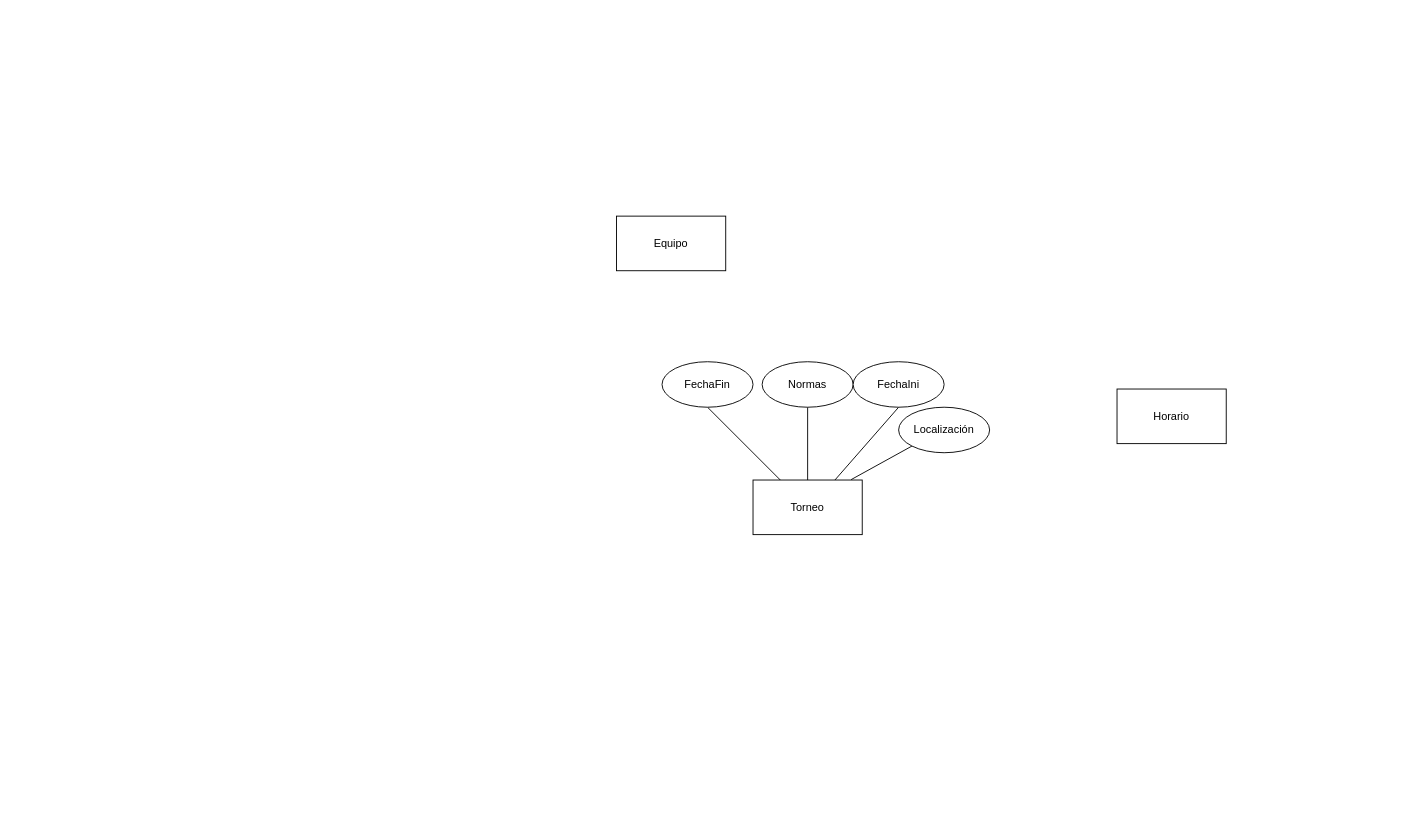
LuisUnendo/Proyecto keeps this draw.io diagram as Diagrama E_R proyecto.drawio. Above is the earlier version. Source tidied: cells renumbered, new cells numbered last; positions are measured from the earlier drawing's top-left corner, leaving out a move shared by most shapes. Both pictures are drawn from the tidied source at 91%, with x=0, y=0 at pixel (616, 216).
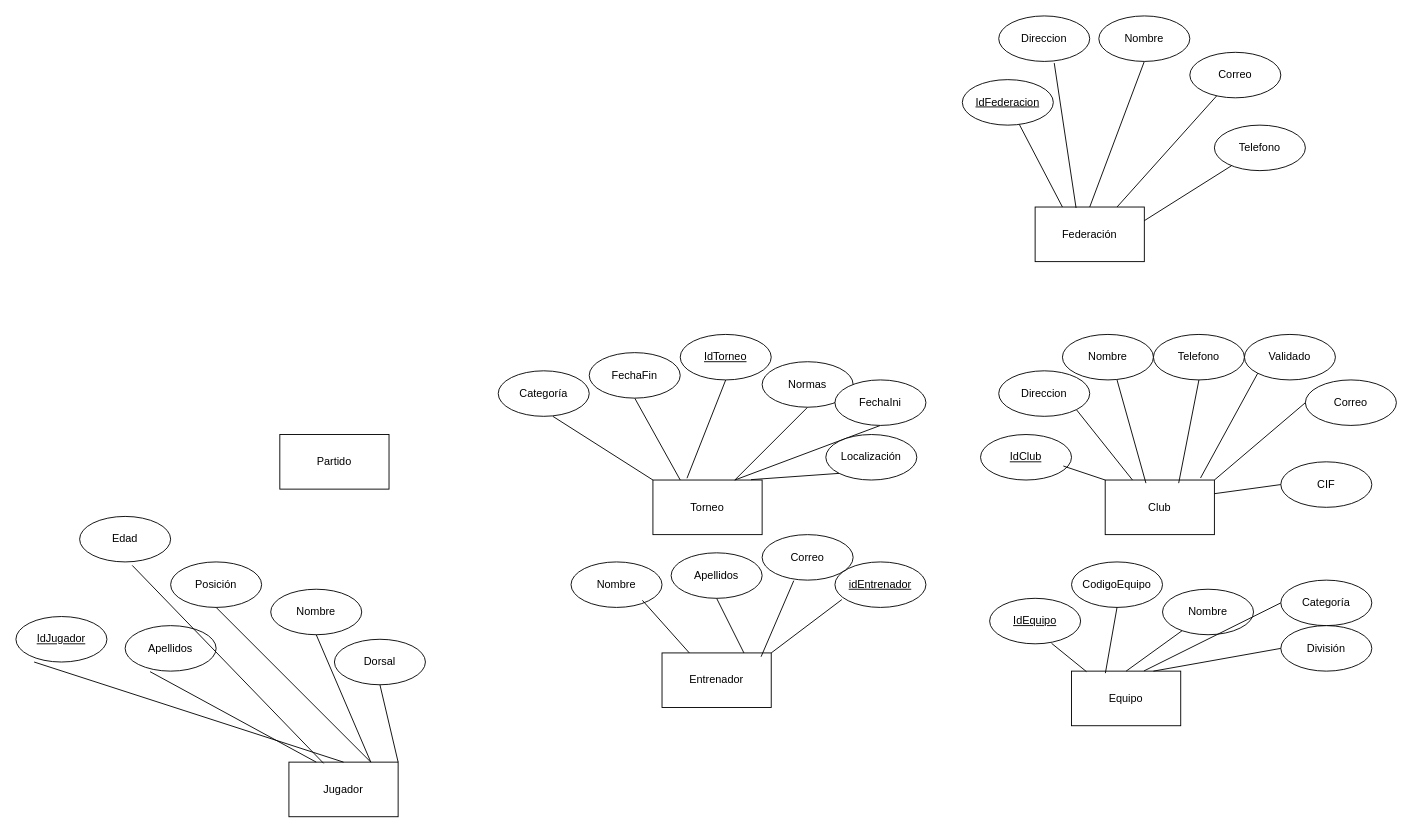
Above is the later version.

Commit message:
Avanzado del diagrama

What changed in the source:
```diff
@@
-    <mxCell id="2" value="Equipo" style="rounded=0;whiteSpace=wrap;html=1;" parent="1" vertex="1">
-      <mxGeometry width="120" height="60" as="geometry" />
+    <mxCell id="2" value="Club" style="rounded=0;whiteSpace=wrap;html=1;" parent="1" vertex="1">
+      <mxGeometry x="537" y="290" width="120" height="60" as="geometry" />
     </mxCell>
     <mxCell id="3" value="Torneo" style="rounded=0;whiteSpace=wrap;html=1;" parent="1" vertex="1">
-      <mxGeometry x="150" y="290" width="120" height="60" as="geometry" />
+      <mxGeometry x="40" y="290" width="120" height="60" as="geometry" />
     </mxCell>
-    <mxCell id="4" value="Horario" style="rounded=0;whiteSpace=wrap;html=1;" parent="1" vertex="1">
-      <mxGeometry x="550" y="190" width="120" height="60" as="geometry" />
+    <mxCell id="4" value="Federación" style="rounded=0;whiteSpace=wrap;html=1;" parent="1" vertex="1">
+      <mxGeometry x="460" y="-10" width="120" height="60" as="geometry" />
     </mxCell>
@@
     <mxCell id="8" value="FechaIni" style="ellipse;whiteSpace=wrap;html=1;" parent="1" vertex="1">
-      <mxGeometry x="260" y="160" width="100" height="50" as="geometry" />
+      <mxGeometry x="240" y="180" width="100" height="50" as="geometry" />
     </mxCell>
@@
     <mxCell id="10" value="FechaFin" style="ellipse;whiteSpace=wrap;html=1;" parent="1" vertex="1">
-      <mxGeometry x="50" y="160" width="100" height="50" as="geometry" />
+      <mxGeometry x="-30" y="150" width="100" height="50" as="geometry" />
     </mxCell>
@@
     <mxCell id="12" value="Localización" style="ellipse;whiteSpace=wrap;html=1;" parent="1" vertex="1">
-      <mxGeometry x="310" y="210" width="100" height="50" as="geometry" />
+      <mxGeometry x="230" y="240" width="100" height="50" as="geometry" />
     </mxCell>
+    <mxCell id="13" style="endArrow=none;html=1;rounded=0;exitX=0.312;exitY=-0.033;exitDx=0;exitDy=0;exitPerimeter=0;entryX=0.5;entryY=1;entryDx=0;entryDy=0;" parent="1" edge="1" source="3" target="14">
+      <mxGeometry relative="1" as="geometry" />
+    </mxCell>
+    <mxCell id="14" value="&lt;u&gt;IdTorneo&lt;/u&gt;" style="ellipse;whiteSpace=wrap;html=1;" parent="1" vertex="1">
+      <mxGeometry x="70" y="130" width="100" height="50" as="geometry" />
+    </mxCell>
+    <mxCell id="15" value="&lt;u&gt;IdFederacion&lt;/u&gt;" style="ellipse;whiteSpace=wrap;html=1;" parent="1" vertex="1">
+      <mxGeometry x="380" y="-150" width="100" height="50" as="geometry" />
+    </mxCell>
+    <mxCell id="16" style="endArrow=none;html=1;rounded=0;entryX=0.25;entryY=0;entryDx=0;entryDy=0;" parent="1" edge="1" source="15" target="4">
+      <mxGeometry relative="1" as="geometry" />
+    </mxCell>
+    <mxCell id="17" style="endArrow=none;html=1;rounded=0;exitX=0.5;exitY=0;exitDx=0;exitDy=0;entryX=0.5;entryY=1;entryDx=0;entryDy=0;" parent="1" edge="1" source="4" target="18">
+      <mxGeometry relative="1" as="geometry" />
+    </mxCell>
+    <mxCell id="18" value="Nombre" style="ellipse;whiteSpace=wrap;html=1;" parent="1" vertex="1">
+      <mxGeometry x="530" y="-220" width="100" height="50" as="geometry" />
+    </mxCell>
+    <mxCell id="19" value="Correo" style="ellipse;whiteSpace=wrap;html=1;" parent="1" vertex="1">
+      <mxGeometry x="630" y="-180" width="100" height="50" as="geometry" />
+    </mxCell>
+    <mxCell id="20" value="Telefono" style="ellipse;whiteSpace=wrap;html=1;" parent="1" vertex="1">
+      <mxGeometry x="657" y="-100" width="100" height="50" as="geometry" />
+    </mxCell>
+    <mxCell id="21" value="Direccion" style="ellipse;whiteSpace=wrap;html=1;" parent="1" vertex="1">
+      <mxGeometry x="420" y="-220" width="100" height="50" as="geometry" />
+    </mxCell>
+    <mxCell id="22" style="endArrow=none;html=1;rounded=0;exitX=0.75;exitY=0;exitDx=0;exitDy=0;" parent="1" edge="1" source="4" target="19">
+      <mxGeometry relative="1" as="geometry" />
+    </mxCell>
+    <mxCell id="23" style="endArrow=none;html=1;rounded=0;exitX=0.375;exitY=0.017;exitDx=0;exitDy=0;entryX=0.61;entryY=1.036;entryDx=0;entryDy=0;exitPerimeter=0;entryPerimeter=0;" parent="1" edge="1" source="4" target="21">
+      <mxGeometry relative="1" as="geometry" />
+    </mxCell>
+    <mxCell id="24" style="endArrow=none;html=1;rounded=0;exitX=1;exitY=0.25;exitDx=0;exitDy=0;" parent="1" edge="1" source="4" target="20">
+      <mxGeometry relative="1" as="geometry" />
+    </mxCell>
+    <mxCell id="25" value="&lt;u&gt;IdClub&lt;/u&gt;" style="ellipse;whiteSpace=wrap;html=1;" parent="1" vertex="1">
+      <mxGeometry x="400" y="240" width="100" height="50" as="geometry" />
+    </mxCell>
+    <mxCell id="26" value="Nombre" style="ellipse;whiteSpace=wrap;html=1;" parent="1" vertex="1">
+      <mxGeometry x="490" y="130" width="100" height="50" as="geometry" />
+    </mxCell>
+    <mxCell id="27" value="CIF" style="ellipse;whiteSpace=wrap;html=1;" parent="1" vertex="1">
+      <mxGeometry x="730" y="270" width="100" height="50" as="geometry" />
+    </mxCell>
+    <mxCell id="28" value="Direccion" style="ellipse;whiteSpace=wrap;html=1;" parent="1" vertex="1">
+      <mxGeometry x="420" y="170" width="100" height="50" as="geometry" />
+    </mxCell>
+    <mxCell id="29" value="Correo" style="ellipse;whiteSpace=wrap;html=1;" parent="1" vertex="1">
+      <mxGeometry x="757" y="180" width="100" height="50" as="geometry" />
+    </mxCell>
+    <mxCell id="30" value="Telefono" style="ellipse;whiteSpace=wrap;html=1;" parent="1" vertex="1">
+      <mxGeometry x="590" y="130" width="100" height="50" as="geometry" />
+    </mxCell>
+    <mxCell id="31" value="Validado" style="ellipse;whiteSpace=wrap;html=1;" parent="1" vertex="1">
+      <mxGeometry x="690" y="130" width="100" height="50" as="geometry" />
+    </mxCell>
+    <mxCell id="32" style="endArrow=none;html=1;rounded=0;exitX=0.91;exitY=0.692;exitDx=0;exitDy=0;exitPerimeter=0;entryX=0;entryY=0;entryDx=0;entryDy=0;" parent="1" edge="1" source="25" target="2">
+      <mxGeometry relative="1" as="geometry" />
+    </mxCell>
+    <mxCell id="33" style="endArrow=none;html=1;rounded=0;exitX=1;exitY=1;exitDx=0;exitDy=0;entryX=0.25;entryY=0;entryDx=0;entryDy=0;" parent="1" edge="1" source="28" target="2">
+      <mxGeometry relative="1" as="geometry" />
+    </mxCell>
+    <mxCell id="34" style="endArrow=none;html=1;rounded=0;exitX=0.373;exitY=0.057;exitDx=0;exitDy=0;exitPerimeter=0;entryX=0.6;entryY=1;entryDx=0;entryDy=0;entryPerimeter=0;" parent="1" edge="1" source="2" target="26">
+      <mxGeometry relative="1" as="geometry" />
+    </mxCell>
+    <mxCell id="35" style="endArrow=none;html=1;rounded=0;exitX=0.673;exitY=0.057;exitDx=0;exitDy=0;exitPerimeter=0;entryX=0.5;entryY=1;entryDx=0;entryDy=0;" parent="1" edge="1" source="2" target="30">
+      <mxGeometry relative="1" as="geometry" />
+    </mxCell>
+    <mxCell id="36" style="endArrow=none;html=1;rounded=0;exitX=0.873;exitY=-0.037;exitDx=0;exitDy=0;exitPerimeter=0;entryX=0;entryY=1;entryDx=0;entryDy=0;" parent="1" edge="1" source="2" target="31">
+      <mxGeometry relative="1" as="geometry" />
+    </mxCell>
+    <mxCell id="37" style="endArrow=none;html=1;rounded=0;exitX=1;exitY=0;exitDx=0;exitDy=0;entryX=0;entryY=0.5;entryDx=0;entryDy=0;" parent="1" edge="1" source="2" target="29">
+      <mxGeometry relative="1" as="geometry" />
+    </mxCell>
+    <mxCell id="38" style="endArrow=none;html=1;rounded=0;exitX=1;exitY=0.25;exitDx=0;exitDy=0;entryX=0;entryY=0.5;entryDx=0;entryDy=0;" parent="1" edge="1" source="2" target="27">
+      <mxGeometry relative="1" as="geometry" />
+    </mxCell>
+    <mxCell id="39" value="Entrenador" style="rounded=0;whiteSpace=wrap;html=1;" parent="1" vertex="1">
+      <mxGeometry x="50" y="480" width="120" height="60" as="geometry" />
+    </mxCell>
+    <mxCell id="40" value="&lt;u&gt;idEntrenador&lt;/u&gt;" style="ellipse;whiteSpace=wrap;html=1;" parent="1" vertex="1">
+      <mxGeometry x="240" y="380" width="100" height="50" as="geometry" />
+    </mxCell>
+    <mxCell id="41" value="Nombre" style="ellipse;whiteSpace=wrap;html=1;" parent="1" vertex="1">
+      <mxGeometry x="-50" y="380" width="100" height="50" as="geometry" />
+    </mxCell>
+    <mxCell id="42" value="Apellidos" style="ellipse;whiteSpace=wrap;html=1;" parent="1" vertex="1">
+      <mxGeometry x="60" y="370" width="100" height="50" as="geometry" />
+    </mxCell>
+    <mxCell id="43" value="Correo" style="ellipse;whiteSpace=wrap;html=1;" parent="1" vertex="1">
+      <mxGeometry x="160" y="350" width="100" height="50" as="geometry" />
+    </mxCell>
+    <mxCell id="44" style="endArrow=none;html=1;rounded=0;exitX=1;exitY=0;exitDx=0;exitDy=0;entryX=0.076;entryY=0.828;entryDx=0;entryDy=0;entryPerimeter=0;" parent="1" edge="1" source="39" target="40">
+      <mxGeometry relative="1" as="geometry" />
+    </mxCell>
+    <mxCell id="45" style="endArrow=none;html=1;rounded=0;exitX=0.75;exitY=0;exitDx=0;exitDy=0;entryX=0.5;entryY=1;entryDx=0;entryDy=0;" parent="1" edge="1" source="39" target="42">
+      <mxGeometry relative="1" as="geometry" />
+    </mxCell>
+    <mxCell id="46" style="endArrow=none;html=1;rounded=0;exitX=0.907;exitY=0.07;exitDx=0;exitDy=0;exitPerimeter=0;entryX=0.348;entryY=1.012;entryDx=0;entryDy=0;entryPerimeter=0;" parent="1" edge="1" source="39" target="43">
+      <mxGeometry relative="1" as="geometry" />
+    </mxCell>
+    <mxCell id="47" style="endArrow=none;html=1;rounded=0;exitX=0.784;exitY=0.844;exitDx=0;exitDy=0;exitPerimeter=0;entryX=0.25;entryY=0;entryDx=0;entryDy=0;" parent="1" edge="1" source="41" target="39">
+      <mxGeometry relative="1" as="geometry" />
+    </mxCell>
+    <mxCell id="48" value="Equipo" style="rounded=0;whiteSpace=wrap;html=1;" parent="1" vertex="1">
+      <mxGeometry x="500" y="500" width="120" height="60" as="geometry" />
+    </mxCell>
+    <mxCell id="49" value="&lt;u&gt;IdEquipo&lt;/u&gt;" style="ellipse;whiteSpace=wrap;html=1;" parent="1" vertex="1">
+      <mxGeometry x="410" y="420" width="100" height="50" as="geometry" />
+    </mxCell>
+    <mxCell id="50" value="Nombre" style="ellipse;whiteSpace=wrap;html=1;" parent="1" vertex="1">
+      <mxGeometry x="600" y="410" width="100" height="50" as="geometry" />
+    </mxCell>
+    <mxCell id="51" value="Categoría" style="ellipse;whiteSpace=wrap;html=1;" parent="1" vertex="1">
+      <mxGeometry x="730" y="400" width="100" height="50" as="geometry" />
+    </mxCell>
+    <mxCell id="52" value="División" style="ellipse;whiteSpace=wrap;html=1;" parent="1" vertex="1">
+      <mxGeometry x="730" y="450" width="100" height="50" as="geometry" />
+    </mxCell>
+    <mxCell id="53" value="CodigoEquipo" style="ellipse;whiteSpace=wrap;html=1;" parent="1" vertex="1">
+      <mxGeometry x="500" y="380" width="100" height="50" as="geometry" />
+    </mxCell>
+    <mxCell id="54" style="endArrow=none;html=1;rounded=0;exitX=0.68;exitY=0.988;exitDx=0;exitDy=0;entryX=0.137;entryY=0.01;entryDx=0;entryDy=0;entryPerimeter=0;exitPerimeter=0;" parent="1" edge="1" source="49" target="48">
+      <mxGeometry relative="1" as="geometry" />
+    </mxCell>
+    <mxCell id="55" style="endArrow=none;html=1;rounded=0;entryX=0.5;entryY=0;entryDx=0;entryDy=0;" parent="1" edge="1" source="50" target="48">
+      <mxGeometry relative="1" as="geometry" />
+    </mxCell>
+    <mxCell id="56" style="endArrow=none;html=1;rounded=0;exitX=0.31;exitY=0.037;exitDx=0;exitDy=0;entryX=0.5;entryY=1;entryDx=0;entryDy=0;exitPerimeter=0;" parent="1" edge="1" source="48" target="53">
+      <mxGeometry relative="1" as="geometry" />
+    </mxCell>
+    <mxCell id="57" style="endArrow=none;html=1;rounded=0;exitX=0.75;exitY=0;exitDx=0;exitDy=0;entryX=0;entryY=0.5;entryDx=0;entryDy=0;" parent="1" edge="1" source="48" target="52">
+      <mxGeometry relative="1" as="geometry" />
+    </mxCell>
+    <mxCell id="58" style="endArrow=none;html=1;rounded=0;exitX=0.663;exitY=-0.003;exitDx=0;exitDy=0;entryX=0;entryY=0.5;entryDx=0;entryDy=0;exitPerimeter=0;" parent="1" edge="1" source="48" target="51">
+      <mxGeometry relative="1" as="geometry" />
+    </mxCell>
+    <mxCell id="59" value="Categoría" style="ellipse;whiteSpace=wrap;html=1;" parent="1" vertex="1">
+      <mxGeometry x="-130" y="170" width="100" height="50" as="geometry" />
+    </mxCell>
+    <mxCell id="60" style="endArrow=none;html=1;rounded=0;exitX=0;exitY=0;exitDx=0;exitDy=0;entryX=0.6;entryY=1;entryDx=0;entryDy=0;entryPerimeter=0;" parent="1" edge="1" source="3" target="59">
+      <mxGeometry relative="1" as="geometry" />
+    </mxCell>
+    <mxCell id="61" value="Partido" style="rounded=0;whiteSpace=wrap;html=1;" parent="1" vertex="1">
+      <mxGeometry x="-370" y="240" width="120" height="60" as="geometry" />
+    </mxCell>
+    <mxCell id="62" value="Jugador" style="rounded=0;whiteSpace=wrap;html=1;" parent="1" vertex="1">
+      <mxGeometry x="-360" y="600" width="120" height="60" as="geometry" />
+    </mxCell>
+    <mxCell id="63" value="Nombre" style="ellipse;whiteSpace=wrap;html=1;" parent="1" vertex="1">
+      <mxGeometry x="-380" y="410" width="100" height="50" as="geometry" />
+    </mxCell>
+    <mxCell id="64" value="Apellidos" style="ellipse;whiteSpace=wrap;html=1;" parent="1" vertex="1">
+      <mxGeometry x="-540" y="450" width="100" height="50" as="geometry" />
+    </mxCell>
+    <mxCell id="65" value="Dorsal" style="ellipse;whiteSpace=wrap;html=1;" parent="1" vertex="1">
+      <mxGeometry x="-310" y="465" width="100" height="50" as="geometry" />
+    </mxCell>
+    <mxCell id="66" value="Posición" style="ellipse;whiteSpace=wrap;html=1;" parent="1" vertex="1">
+      <mxGeometry x="-490" y="380" width="100" height="50" as="geometry" />
+    </mxCell>
+    <mxCell id="67" value="&lt;u&gt;IdJugador&lt;/u&gt;" style="ellipse;whiteSpace=wrap;html=1;" parent="1" vertex="1">
+      <mxGeometry x="-660" y="440" width="100" height="50" as="geometry" />
+    </mxCell>
+    <mxCell id="68" value="Edad" style="ellipse;whiteSpace=wrap;html=1;" parent="1" vertex="1">
+      <mxGeometry x="-590" y="330" width="100" height="50" as="geometry" />
+    </mxCell>
+    <mxCell id="69" style="endArrow=none;html=1;rounded=0;exitX=0.5;exitY=1;exitDx=0;exitDy=0;entryX=1;entryY=0;entryDx=0;entryDy=0;" parent="1" edge="1" source="65" target="62">
+      <mxGeometry relative="1" as="geometry" />
+    </mxCell>
+    <mxCell id="70" style="endArrow=none;html=1;rounded=0;exitX=0.5;exitY=1;exitDx=0;exitDy=0;entryX=0.75;entryY=0;entryDx=0;entryDy=0;" parent="1" edge="1" source="66" target="62">
+      <mxGeometry relative="1" as="geometry" />
+    </mxCell>
+    <mxCell id="71" style="endArrow=none;html=1;rounded=0;exitX=0.5;exitY=1;exitDx=0;exitDy=0;entryX=0.75;entryY=0;entryDx=0;entryDy=0;" parent="1" edge="1" source="63" target="62">
+      <mxGeometry relative="1" as="geometry" />
+    </mxCell>
+    <mxCell id="72" style="endArrow=none;html=1;rounded=0;exitX=0.274;exitY=1.012;exitDx=0;exitDy=0;entryX=0.25;entryY=0;entryDx=0;entryDy=0;exitPerimeter=0;" parent="1" edge="1" source="64" target="62">
+      <mxGeometry relative="1" as="geometry" />
+    </mxCell>
+    <mxCell id="73" style="endArrow=none;html=1;rounded=0;exitX=0.2;exitY=1;exitDx=0;exitDy=0;entryX=0.5;entryY=0;entryDx=0;entryDy=0;exitPerimeter=0;" parent="1" edge="1" source="67" target="62">
+      <mxGeometry relative="1" as="geometry" />
+    </mxCell>
+    <mxCell id="74" style="endArrow=none;html=1;rounded=0;exitX=0.318;exitY=0.023;exitDx=0;exitDy=0;entryX=0.578;entryY=1.076;entryDx=0;entryDy=0;entryPerimeter=0;exitPerimeter=0;" parent="1" edge="1" source="62" target="68">
+      <mxGeometry relative="1" as="geometry" />
+    </mxCell>
```
